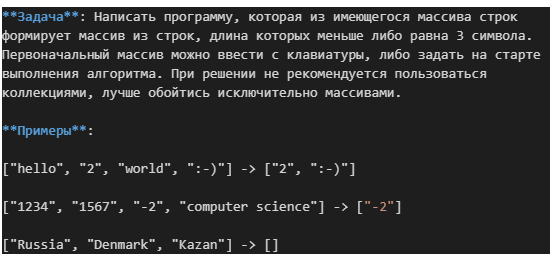
The draw.io diagram ControlTask/blockDiagram.drawio.png in LilySagitovna/ControlTask, before a commit. Source tidied: cells renumbered, new cells last; positions are measured from the earlier drawing's top-left corner, leaving out a move shared by most shapes. Source of this version:
```xml
<mxGraphModel>
  <root>
    <mxCell id="0" />
    <mxCell id="1" parent="0" />
    <mxCell id="2" value="&lt;div style=&quot;color: rgb(212, 212, 212); background-color: rgb(30, 30, 30); font-family: consolas, &amp;quot;courier new&amp;quot;, monospace; font-weight: normal; font-size: 14px; line-height: 19px;&quot;&gt;&lt;div&gt;&lt;span style=&quot;color: #569cd6 ; font-weight: bold&quot;&gt;**Задача**&lt;/span&gt;&lt;span style=&quot;color: #d4d4d4&quot;&gt;: Написать программу, которая из имеющегося массива строк формирует массив из строк, длина которых меньше либо равна 3 символа. Первоначальный массив можно ввести с клавиатуры, либо задать на старте выполнения алгоритма. При решении не рекомендуется пользоваться коллекциями, лучше обойтись исключительно массивами.&lt;/span&gt;&lt;/div&gt;&lt;br&gt;&lt;div&gt;&lt;span style=&quot;color: #569cd6 ; font-weight: bold&quot;&gt;**Примеры**&lt;/span&gt;&lt;span style=&quot;color: #d4d4d4&quot;&gt;:&lt;/span&gt;&lt;/div&gt;&lt;br&gt;&lt;div&gt;&lt;span style=&quot;color: #d4d4d4&quot;&gt;[&quot;hello&quot;, &quot;2&quot;, &quot;world&quot;, &quot;:-)&quot;] -&amp;gt; [&quot;2&quot;, &quot;:-)&quot;]&lt;/span&gt;&lt;/div&gt;&lt;br&gt;&lt;div&gt;&lt;span style=&quot;color: #d4d4d4&quot;&gt;[&quot;1234&quot;, &quot;1567&quot;, &quot;-2&quot;, &quot;computer science&quot;] -&amp;gt; [&lt;/span&gt;&lt;span style=&quot;color: #ce9178&quot;&gt;&quot;-2&quot;&lt;/span&gt;&lt;span style=&quot;color: #d4d4d4&quot;&gt;]&lt;/span&gt;&lt;/div&gt;&lt;br&gt;&lt;div&gt;&lt;span style=&quot;color: #d4d4d4&quot;&gt;[&quot;Russia&quot;, &quot;Denmark&quot;, &quot;Kazan&quot;] -&amp;gt; []&lt;/span&gt;&lt;/div&gt;&lt;/div&gt;" style="text;whiteSpace=wrap;html=1;" parent="1" vertex="1">
      <mxGeometry width="550" height="260" as="geometry" />
    </mxCell>
  </root>
</mxGraphModel>
```
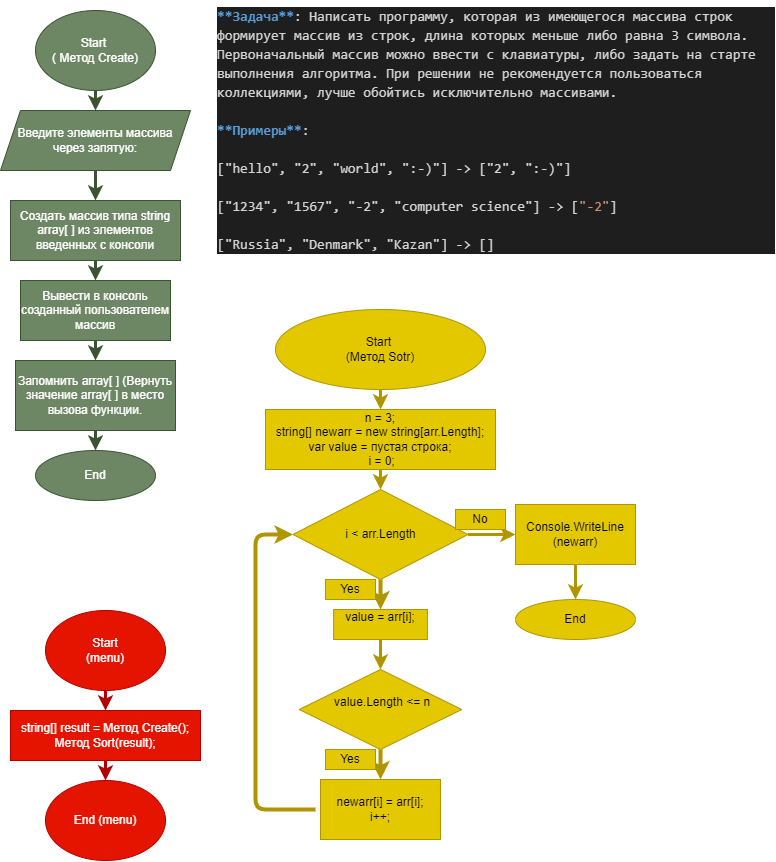
Above is the later version.

Commit message:
Нарисовала блок схемы к задаче

Change to the diagram source:
```diff
@@ -3,7 +3,118 @@
     <mxCell id="0" />
     <mxCell id="1" parent="0" />
     <mxCell id="2" value="&lt;div style=&quot;color: rgb(212, 212, 212); background-color: rgb(30, 30, 30); font-family: consolas, &amp;quot;courier new&amp;quot;, monospace; font-weight: normal; font-size: 14px; line-height: 19px;&quot;&gt;&lt;div&gt;&lt;span style=&quot;color: #569cd6 ; font-weight: bold&quot;&gt;**Задача**&lt;/span&gt;&lt;span style=&quot;color: #d4d4d4&quot;&gt;: Написать программу, которая из имеющегося массива строк формирует массив из строк, длина которых меньше либо равна 3 символа. Первоначальный массив можно ввести с клавиатуры, либо задать на старте выполнения алгоритма. При решении не рекомендуется пользоваться коллекциями, лучше обойтись исключительно массивами.&lt;/span&gt;&lt;/div&gt;&lt;br&gt;&lt;div&gt;&lt;span style=&quot;color: #569cd6 ; font-weight: bold&quot;&gt;**Примеры**&lt;/span&gt;&lt;span style=&quot;color: #d4d4d4&quot;&gt;:&lt;/span&gt;&lt;/div&gt;&lt;br&gt;&lt;div&gt;&lt;span style=&quot;color: #d4d4d4&quot;&gt;[&quot;hello&quot;, &quot;2&quot;, &quot;world&quot;, &quot;:-)&quot;] -&amp;gt; [&quot;2&quot;, &quot;:-)&quot;]&lt;/span&gt;&lt;/div&gt;&lt;br&gt;&lt;div&gt;&lt;span style=&quot;color: #d4d4d4&quot;&gt;[&quot;1234&quot;, &quot;1567&quot;, &quot;-2&quot;, &quot;computer science&quot;] -&amp;gt; [&lt;/span&gt;&lt;span style=&quot;color: #ce9178&quot;&gt;&quot;-2&quot;&lt;/span&gt;&lt;span style=&quot;color: #d4d4d4&quot;&gt;]&lt;/span&gt;&lt;/div&gt;&lt;br&gt;&lt;div&gt;&lt;span style=&quot;color: #d4d4d4&quot;&gt;[&quot;Russia&quot;, &quot;Denmark&quot;, &quot;Kazan&quot;] -&amp;gt; []&lt;/span&gt;&lt;/div&gt;&lt;/div&gt;" style="text;whiteSpace=wrap;html=1;" parent="1" vertex="1">
-      <mxGeometry width="550" height="260" as="geometry" />
+      <mxGeometry width="560" height="120" as="geometry" />
     </mxCell>
+    <mxCell id="3" style="edgeStyle=none;html=1;entryX=0.5;entryY=0;entryDx=0;entryDy=0;fillColor=#6d8764;strokeColor=#3A5431;strokeWidth=3;" parent="1" edge="1" source="4" target="6">
+      <mxGeometry relative="1" as="geometry" />
+    </mxCell>
+    <mxCell id="4" value="Start &lt;br&gt;( Метод Create)" style="ellipse;whiteSpace=wrap;html=1;fillColor=#6d8764;fontColor=#ffffff;strokeColor=#3A5431;" parent="1" vertex="1">
+      <mxGeometry x="-180" y="10" width="120" height="80" as="geometry" />
+    </mxCell>
+    <mxCell id="5" style="edgeStyle=none;html=1;entryX=0.5;entryY=0;entryDx=0;entryDy=0;fillColor=#6d8764;strokeColor=#3A5431;strokeWidth=3;" parent="1" edge="1" source="6" target="8">
+      <mxGeometry relative="1" as="geometry" />
+    </mxCell>
+    <mxCell id="6" value="Введите элементы массива через запятую:" style="shape=parallelogram;perimeter=parallelogramPerimeter;whiteSpace=wrap;html=1;fixedSize=1;fillColor=#6d8764;fontColor=#ffffff;strokeColor=#3A5431;" parent="1" vertex="1">
+      <mxGeometry x="-215" y="110" width="190" height="60" as="geometry" />
+    </mxCell>
+    <mxCell id="7" style="edgeStyle=none;html=1;entryX=0.5;entryY=0;entryDx=0;entryDy=0;fillColor=#6d8764;strokeColor=#3A5431;strokeWidth=3;" parent="1" edge="1" source="8" target="10">
+      <mxGeometry relative="1" as="geometry" />
+    </mxCell>
+    <mxCell id="8" value="Создать массив типа string array[ ] из элементов введенных с консоли" style="rounded=0;whiteSpace=wrap;html=1;fillColor=#6d8764;fontColor=#ffffff;strokeColor=#3A5431;" parent="1" vertex="1">
+      <mxGeometry x="-205" y="200" width="170" height="60" as="geometry" />
+    </mxCell>
+    <mxCell id="9" style="edgeStyle=none;html=1;entryX=0.5;entryY=0;entryDx=0;entryDy=0;fillColor=#6d8764;strokeColor=#3A5431;strokeWidth=3;" parent="1" edge="1" source="10" target="12">
+      <mxGeometry relative="1" as="geometry" />
+    </mxCell>
+    <mxCell id="10" value="Вывести в консоль созданный пользователем массив" style="rounded=0;whiteSpace=wrap;html=1;fillColor=#6d8764;fontColor=#ffffff;strokeColor=#3A5431;" parent="1" vertex="1">
+      <mxGeometry x="-195" y="280" width="150" height="60" as="geometry" />
+    </mxCell>
+    <mxCell id="11" style="edgeStyle=none;html=1;fillColor=#6d8764;strokeColor=#3A5431;strokeWidth=3;" parent="1" edge="1" source="12" target="13">
+      <mxGeometry relative="1" as="geometry" />
+    </mxCell>
+    <mxCell id="12" value="Запомнить array[ ] (Вернуть значение array[ ] в место вызова функции." style="rounded=0;whiteSpace=wrap;html=1;fillColor=#6d8764;fontColor=#ffffff;strokeColor=#3A5431;" parent="1" vertex="1">
+      <mxGeometry x="-200" y="360" width="160" height="70" as="geometry" />
+    </mxCell>
+    <mxCell id="13" value="End" style="ellipse;whiteSpace=wrap;html=1;fillColor=#6d8764;fontColor=#ffffff;strokeColor=#3A5431;" parent="1" vertex="1">
+      <mxGeometry x="-180" y="450" width="120" height="50" as="geometry" />
+    </mxCell>
+    <mxCell id="14" style="edgeStyle=none;html=1;fontFamily=Helvetica;fontSize=12;fontColor=default;entryX=0.5;entryY=0;entryDx=0;entryDy=0;fillColor=#e3c800;strokeColor=#B09500;strokeWidth=3;" parent="1" edge="1" source="15" target="17">
+      <mxGeometry relative="1" as="geometry" />
+    </mxCell>
+    <mxCell id="15" value="Start &lt;br&gt;(Метод Sotr)" style="ellipse;whiteSpace=wrap;html=1;fontFamily=Helvetica;fontSize=12;strokeColor=#B09500;fillColor=#e3c800;fontColor=#000000;" parent="1" vertex="1">
+      <mxGeometry x="60" y="309" width="210" height="80" as="geometry" />
+    </mxCell>
+    <mxCell id="16" style="edgeStyle=none;html=1;fontFamily=Helvetica;fontSize=12;fontColor=default;fillColor=#e3c800;strokeColor=#B09500;strokeWidth=3;" parent="1" edge="1" source="17" target="20">
+      <mxGeometry relative="1" as="geometry" />
+    </mxCell>
+    <mxCell id="17" value="n = 3;&lt;br&gt;string[] newarr = new string[arr.Length];&lt;br&gt;&lt;div&gt;var value = пустая строка;&lt;/div&gt;&amp;nbsp;i = 0;" style="rounded=0;whiteSpace=wrap;html=1;fontFamily=Helvetica;fontSize=12;strokeColor=#B09500;fillColor=#e3c800;fontColor=#000000;" parent="1" vertex="1">
+      <mxGeometry x="50" y="409" width="230" height="60" as="geometry" />
+    </mxCell>
+    <mxCell id="18" style="edgeStyle=none;html=1;fontFamily=Helvetica;fontSize=12;fontColor=default;entryX=0.5;entryY=0;entryDx=0;entryDy=0;fillColor=#e3c800;strokeColor=#B09500;strokeWidth=4;" parent="1" edge="1" source="20" target="22">
+      <mxGeometry relative="1" as="geometry" />
+    </mxCell>
+    <mxCell id="19" style="edgeStyle=none;html=1;fontFamily=Helvetica;fontSize=12;fontColor=default;fillColor=#e3c800;strokeColor=#B09500;strokeWidth=3;" parent="1" edge="1" source="20" target="31">
+      <mxGeometry relative="1" as="geometry" />
+    </mxCell>
+    <mxCell id="20" value="i &amp;lt; arr.Length" style="rhombus;whiteSpace=wrap;html=1;fontFamily=Helvetica;fontSize=12;strokeColor=#B09500;fillColor=#e3c800;fontColor=#000000;" parent="1" vertex="1">
+      <mxGeometry x="77.5" y="489" width="175" height="90" as="geometry" />
+    </mxCell>
+    <mxCell id="21" style="edgeStyle=none;html=1;fontFamily=Helvetica;fontSize=12;fontColor=default;fillColor=#e3c800;strokeColor=#B09500;strokeWidth=3;" parent="1" edge="1" source="22" target="24">
+      <mxGeometry relative="1" as="geometry" />
+    </mxCell>
+    <mxCell id="22" value="&lt;div&gt;value = arr[i];&lt;/div&gt;&lt;div&gt;&amp;nbsp; &amp;nbsp; &amp;nbsp; &amp;nbsp;&lt;/div&gt;" style="rounded=0;whiteSpace=wrap;html=1;fontFamily=Helvetica;fontSize=12;strokeColor=#B09500;fillColor=#e3c800;align=center;fontColor=#000000;" parent="1" vertex="1">
+      <mxGeometry x="118.1" y="609" width="93.8" height="30" as="geometry" />
+    </mxCell>
+    <mxCell id="23" style="edgeStyle=none;html=1;fontFamily=Helvetica;fontSize=12;fontColor=default;fillColor=#e3c800;strokeColor=#B09500;strokeWidth=4;" parent="1" edge="1" source="24" target="26">
+      <mxGeometry relative="1" as="geometry" />
+    </mxCell>
+    <mxCell id="24" value="&lt;div&gt;&amp;nbsp;value.Length &amp;lt;= n&lt;/div&gt;&lt;div&gt;&amp;nbsp; &amp;nbsp; &amp;nbsp; &amp;nbsp; &amp;nbsp; &amp;nbsp;&amp;nbsp;&lt;/div&gt;" style="rhombus;whiteSpace=wrap;html=1;fontFamily=Helvetica;fontSize=12;strokeColor=#B09500;fillColor=#e3c800;fontColor=#000000;" parent="1" vertex="1">
+      <mxGeometry x="83.8" y="669" width="162.5" height="80" as="geometry" />
+    </mxCell>
+    <mxCell id="25" style="edgeStyle=none;html=1;entryX=0;entryY=0.5;entryDx=0;entryDy=0;fontFamily=Helvetica;fontSize=12;fontColor=default;fillColor=#e3c800;strokeColor=#B09500;strokeWidth=4;" parent="1" edge="1" target="20">
+      <mxGeometry relative="1" as="geometry">
+        <mxPoint x="100" y="809" as="sourcePoint" />
+        <Array as="points">
+          <mxPoint x="40" y="809" />
+          <mxPoint x="40" y="534" />
+        </Array>
+      </mxGeometry>
+    </mxCell>
+    <mxCell id="26" value="&lt;span&gt;newarr[i] = arr[i];&lt;br&gt;i++;&lt;br&gt;&lt;/span&gt;" style="rounded=0;whiteSpace=wrap;html=1;fontFamily=Helvetica;fontSize=12;strokeColor=#B09500;fillColor=#e3c800;fontColor=#000000;" parent="1" vertex="1">
+      <mxGeometry x="105" y="779" width="120" height="60" as="geometry" />
+    </mxCell>
+    <mxCell id="27" value="Yes" style="text;html=1;strokeColor=#B09500;fillColor=#e3c800;align=center;verticalAlign=middle;whiteSpace=wrap;rounded=0;fontFamily=Helvetica;fontSize=12;fontColor=#000000;" parent="1" vertex="1">
+      <mxGeometry x="110" y="579" width="50" height="20" as="geometry" />
+    </mxCell>
+    <mxCell id="28" value="Yes" style="text;html=1;strokeColor=#B09500;fillColor=#e3c800;align=center;verticalAlign=middle;whiteSpace=wrap;rounded=0;fontFamily=Helvetica;fontSize=12;fontColor=#000000;" parent="1" vertex="1">
+      <mxGeometry x="110" y="749" width="50" height="20" as="geometry" />
+    </mxCell>
+    <mxCell id="29" value="No" style="text;html=1;strokeColor=#B09500;fillColor=#e3c800;align=center;verticalAlign=middle;whiteSpace=wrap;rounded=0;fontFamily=Helvetica;fontSize=12;fontColor=#000000;" parent="1" vertex="1">
+      <mxGeometry x="240" y="509" width="50" height="20" as="geometry" />
+    </mxCell>
+    <mxCell id="30" style="edgeStyle=none;html=1;fontFamily=Helvetica;fontSize=12;fontColor=default;fillColor=#e3c800;strokeColor=#B09500;strokeWidth=3;" parent="1" edge="1" source="31" target="32">
+      <mxGeometry relative="1" as="geometry" />
+    </mxCell>
+    <mxCell id="31" value="Console.WriteLine (newarr)" style="rounded=0;whiteSpace=wrap;html=1;fontFamily=Helvetica;fontSize=12;strokeColor=#B09500;fillColor=#e3c800;fontColor=#000000;" parent="1" vertex="1">
+      <mxGeometry x="300" y="504" width="120" height="60" as="geometry" />
+    </mxCell>
+    <mxCell id="32" value="End" style="ellipse;whiteSpace=wrap;html=1;fontFamily=Helvetica;fontSize=12;strokeColor=#B09500;fillColor=#e3c800;fontColor=#000000;" parent="1" vertex="1">
+      <mxGeometry x="300" y="599" width="120" height="40" as="geometry" />
+    </mxCell>
+    <mxCell id="33" style="edgeStyle=none;html=1;fontFamily=Helvetica;fontSize=12;fontColor=default;fillColor=#e51400;strokeColor=#B20000;strokeWidth=3;" parent="1" edge="1" source="34" target="37">
+      <mxGeometry relative="1" as="geometry" />
+    </mxCell>
+    <mxCell id="34" value="Start&lt;br&gt;(menu)" style="ellipse;whiteSpace=wrap;html=1;fontFamily=Helvetica;fontSize=12;fontColor=#ffffff;strokeColor=#B20000;fillColor=#e51400;" parent="1" vertex="1">
+      <mxGeometry x="-170" y="610" width="120" height="80" as="geometry" />
+    </mxCell>
+    <mxCell id="35" value="End (menu)" style="ellipse;whiteSpace=wrap;html=1;fontFamily=Helvetica;fontSize=12;fontColor=#ffffff;strokeColor=#B20000;fillColor=#e51400;" parent="1" vertex="1">
+      <mxGeometry x="-170" y="780" width="120" height="80" as="geometry" />
+    </mxCell>
+    <mxCell id="36" style="edgeStyle=none;html=1;fontFamily=Helvetica;fontSize=12;fontColor=default;fillColor=#e51400;strokeColor=#B20000;strokeWidth=3;" parent="1" edge="1" source="37" target="35">
+      <mxGeometry relative="1" as="geometry" />
+    </mxCell>
+    <mxCell id="37" value="&lt;div&gt;string[] result = Метод Create();&lt;/div&gt;&lt;div&gt;Метод Sort(result);&lt;/div&gt;" style="rounded=0;whiteSpace=wrap;html=1;fontFamily=Helvetica;fontSize=12;fontColor=#ffffff;strokeColor=#B20000;fillColor=#e51400;" parent="1" vertex="1">
+      <mxGeometry x="-205" y="710" width="190" height="50" as="geometry" />
+    </mxCell>
   </root>
 </mxGraphModel>
```
